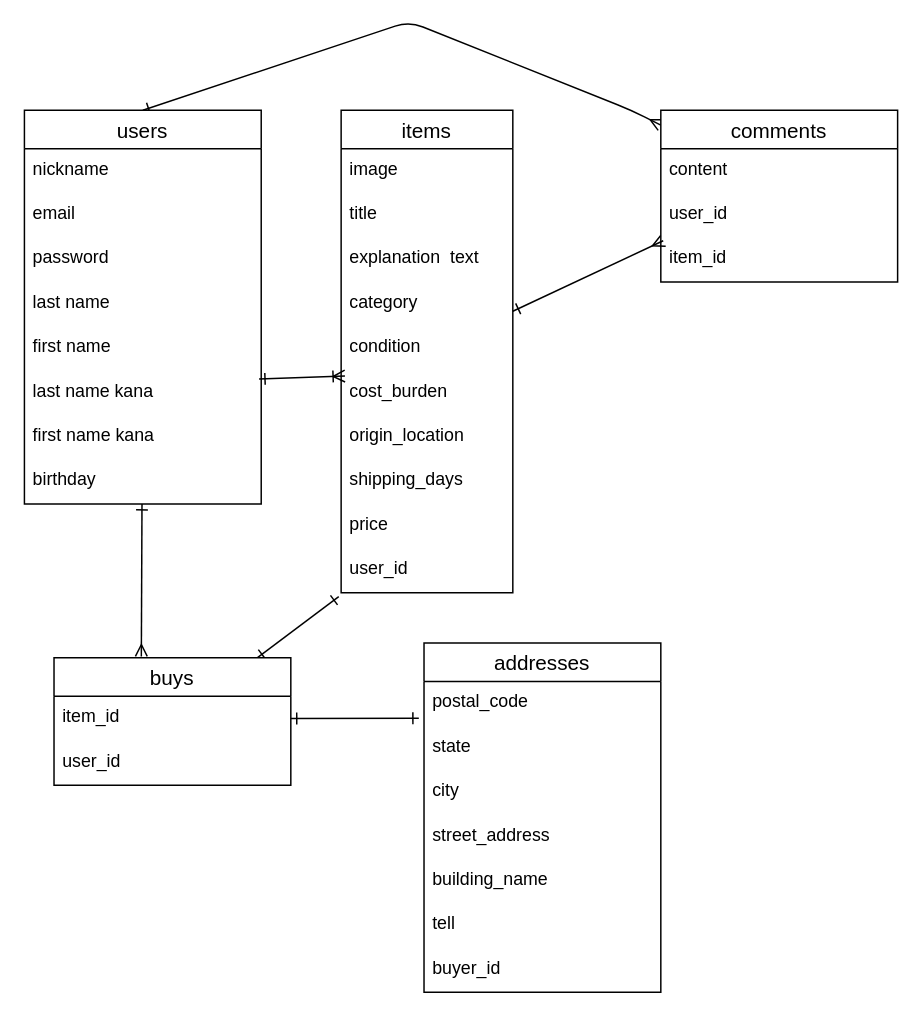
The draw.io diagram furima-3987.dio in 21shige/furima-39837, before the edit. Source tidied: cells renumbered, new cells numbered last; positions are measured from the earlier drawing's top-left corner, leaving out a move shared by most shapes. Both pictures are drawn from the tidied source at 148%, with x=0, y=0 at pixel (24, 21).
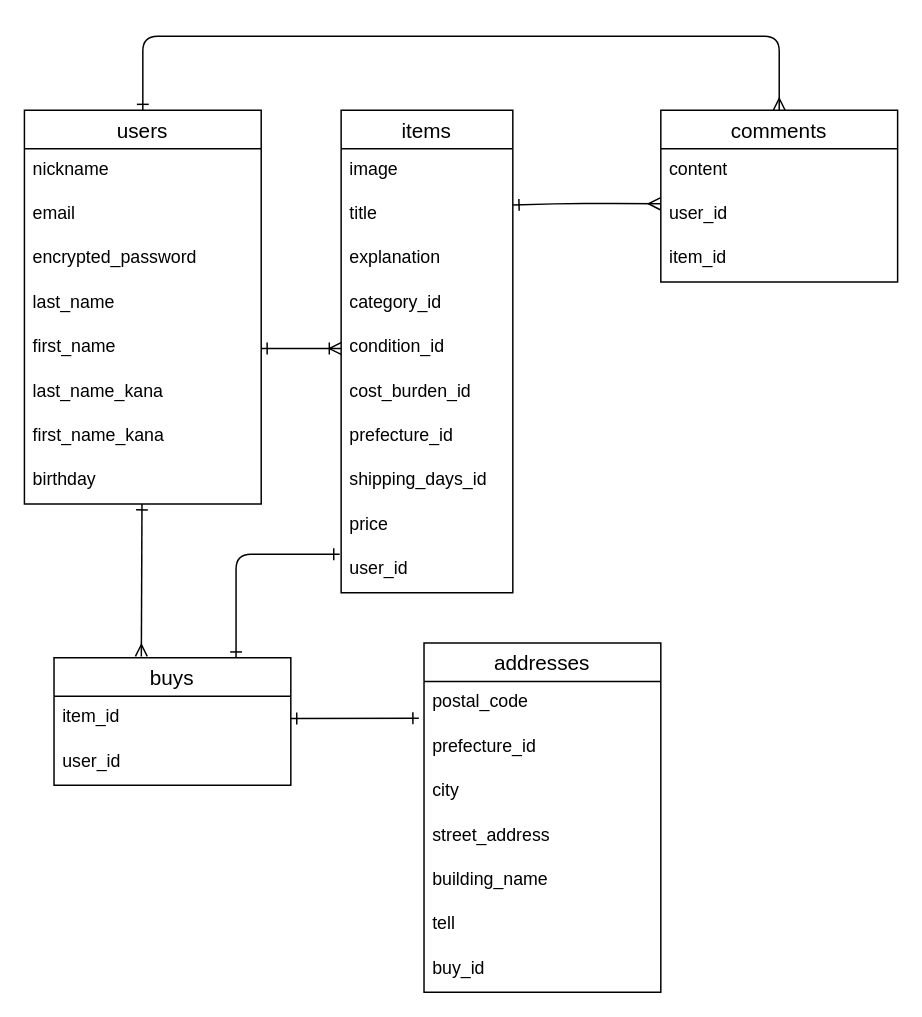
After the change.

Commit message (it also covers changes not shown here):
修正しました

The change refers to these unchanged cells:
```xml
<mxCell id="4" value="users" style="swimlane;fontStyle=0;horizontal=1;startSize=26;align=center;fontSize=14;" parent="1" vertex="1">
  <mxGeometry y="60" width="160" height="266" as="geometry" />
</mxCell>
<mxCell id="13" value="comments" style="swimlane;fontStyle=0;horizontal=1;startSize=26;align=center;fontSize=14;" parent="1" vertex="1">
  <mxGeometry x="430" y="60" width="160" height="116" as="geometry" />
</mxCell>
<mxCell id="16" value="item_id" style="text;strokeColor=none;fillColor=none;spacingLeft=4;spacingRight=4;overflow=hidden;points=[[0,0.5],[1,0.5]];portConstraint=eastwest;fontSize=12;" parent="13" vertex="1">
  <mxGeometry y="86" width="160" height="30" as="geometry" />
</mxCell>
<mxCell id="18" value="items" style="swimlane;fontStyle=0;horizontal=1;startSize=26;align=center;fontSize=14;" parent="1" vertex="1">
  <mxGeometry x="214" y="60" width="116" height="326" as="geometry" />
</mxCell>
<mxCell id="28" value="user_id" style="text;strokeColor=none;fillColor=none;spacingLeft=4;spacingRight=4;overflow=hidden;points=[[0,0.5],[1,0.5]];portConstraint=eastwest;fontSize=12;" parent="18" vertex="1">
  <mxGeometry y="296" width="116" height="30" as="geometry" />
</mxCell>
<mxCell id="30" value="buys" style="swimlane;fontStyle=0;horizontal=1;startSize=26;align=center;fontSize=14;" parent="1" vertex="1">
  <mxGeometry x="20" y="430" width="160" height="86" as="geometry" />
</mxCell>
<mxCell id="33" value="addresses" style="swimlane;fontStyle=0;horizontal=1;startSize=26;align=center;fontSize=14;" parent="1" vertex="1">
  <mxGeometry x="270" y="420" width="160" height="236" as="geometry" />
</mxCell>
```

Diff of the diagram source:
```diff
@@
-    <mxCell id="2" style="edgeStyle=none;html=1;startArrow=ERone;startFill=0;endArrow=ERmany;endFill=0;exitX=0.5;exitY=0;exitDx=0;exitDy=0;" parent="1" edge="1" source="4">
+    <mxCell id="2" style="edgeStyle=none;html=1;startArrow=ERone;startFill=0;endArrow=ERmany;endFill=0;exitX=0.5;exitY=0;exitDx=0;exitDy=0;entryX=0.5;entryY=0;entryDx=0;entryDy=0;" parent="1" edge="1" source="4" target="13">
       <mxGeometry relative="1" as="geometry">
-        <mxPoint x="430" y="70" as="targetPoint" />
         <Array as="points">
-          <mxPoint x="260" />
-          <mxPoint x="410" y="60" />
+          <mxPoint x="80" y="10" />
+          <mxPoint x="260" y="10" />
+          <mxPoint x="510" y="10" />
         </Array>
       </mxGeometry>
     </mxCell>
@@
-    <mxCell id="7" value="password&#10;" style="text;strokeColor=none;fillColor=none;spacingLeft=4;spacingRight=4;overflow=hidden;fontSize=12;" parent="4" vertex="1">
+    <mxCell id="7" value="encrypted_password" style="text;strokeColor=none;fillColor=none;spacingLeft=4;spacingRight=4;overflow=hidden;fontSize=12;" parent="4" vertex="1">
       <mxGeometry y="86" width="160" height="30" as="geometry" />
     </mxCell>
-    <mxCell id="8" value="last name" style="text;strokeColor=none;fillColor=none;spacingLeft=4;spacingRight=4;overflow=hidden;fontSize=12;" parent="4" vertex="1">
+    <mxCell id="8" value="last_name" style="text;strokeColor=none;fillColor=none;spacingLeft=4;spacingRight=4;overflow=hidden;fontSize=12;" parent="4" vertex="1">
       <mxGeometry y="116" width="160" height="30" as="geometry" />
     </mxCell>
-    <mxCell id="9" value="first name" style="text;strokeColor=none;fillColor=none;spacingLeft=4;spacingRight=4;overflow=hidden;points=[[0,0.5],[1,0.5]];portConstraint=eastwest;fontSize=12;" parent="4" vertex="1">
+    <mxCell id="9" value="first_name" style="text;strokeColor=none;fillColor=none;spacingLeft=4;spacingRight=4;overflow=hidden;points=[[0,0.5],[1,0.5]];portConstraint=eastwest;fontSize=12;" parent="4" vertex="1">
       <mxGeometry y="146" width="160" height="30" as="geometry" />
     </mxCell>
-    <mxCell id="10" value="last name kana" style="text;strokeColor=none;fillColor=none;spacingLeft=4;spacingRight=4;overflow=hidden;points=[[0,0.5],[1,0.5]];portConstraint=eastwest;fontSize=12;" parent="4" vertex="1">
+    <mxCell id="10" value="last_name_kana" style="text;strokeColor=none;fillColor=none;spacingLeft=4;spacingRight=4;overflow=hidden;points=[[0,0.5],[1,0.5]];portConstraint=eastwest;fontSize=12;" parent="4" vertex="1">
       <mxGeometry y="176" width="160" height="30" as="geometry" />
     </mxCell>
-    <mxCell id="11" value="first name kana" style="text;strokeColor=none;fillColor=none;spacingLeft=4;spacingRight=4;overflow=hidden;fontSize=12;" parent="4" vertex="1">
+    <mxCell id="11" value="first_name_kana" style="text;strokeColor=none;fillColor=none;spacingLeft=4;spacingRight=4;overflow=hidden;fontSize=12;" parent="4" vertex="1">
       <mxGeometry y="206" width="160" height="30" as="geometry" />
     </mxCell>
@@
-    <mxCell id="17" style="edgeStyle=none;html=1;entryX=0.01;entryY=0.073;entryDx=0;entryDy=0;entryPerimeter=0;endArrow=ERmany;endFill=0;startArrow=ERone;startFill=0;" parent="1" edge="1" source="18" target="16">
-      <mxGeometry relative="1" as="geometry" />
+    <mxCell id="17" style="edgeStyle=none;html=1;entryX=0.01;entryY=0.073;entryDx=0;entryDy=0;entryPerimeter=0;endArrow=ERmany;endFill=0;startArrow=ERone;startFill=0;exitX=1.019;exitY=1.1;exitDx=0;exitDy=0;exitPerimeter=0;" parent="1" edge="1">
+      <mxGeometry relative="1" as="geometry">
+        <mxPoint x="330.2" y="124" as="sourcePoint" />
+        <mxPoint x="429.6" y="123.2" as="targetPoint" />
+        <Array as="points">
+          <mxPoint x="368" y="123" />
+          <mxPoint x="388" y="123" />
+        </Array>
+      </mxGeometry>
     </mxCell>
@@
-    <mxCell id="21" value="explanation  text" style="text;strokeColor=none;fillColor=none;spacingLeft=4;spacingRight=4;overflow=hidden;fontSize=12;" parent="18" vertex="1">
+    <mxCell id="21" value="explanation " style="text;strokeColor=none;fillColor=none;spacingLeft=4;spacingRight=4;overflow=hidden;fontSize=12;" parent="18" vertex="1">
       <mxGeometry y="86" width="116" height="30" as="geometry" />
     </mxCell>
-    <mxCell id="22" value="category" style="text;strokeColor=none;fillColor=none;spacingLeft=4;spacingRight=4;overflow=hidden;fontSize=12;" parent="18" vertex="1">
+    <mxCell id="22" value="category_id" style="text;strokeColor=none;fillColor=none;spacingLeft=4;spacingRight=4;overflow=hidden;fontSize=12;" parent="18" vertex="1">
       <mxGeometry y="116" width="116" height="30" as="geometry" />
     </mxCell>
-    <mxCell id="23" value="condition" style="text;strokeColor=none;fillColor=none;spacingLeft=4;spacingRight=4;overflow=hidden;points=[[0,0.5],[1,0.5]];portConstraint=eastwest;fontSize=12;" parent="18" vertex="1">
+    <mxCell id="23" value="condition_id" style="text;strokeColor=none;fillColor=none;spacingLeft=4;spacingRight=4;overflow=hidden;points=[[0,0.5],[1,0.5]];portConstraint=eastwest;fontSize=12;" parent="18" vertex="1">
       <mxGeometry y="146" width="116" height="30" as="geometry" />
     </mxCell>
-    <mxCell id="24" value="cost_burden&#10;&#10;" style="text;strokeColor=none;fillColor=none;spacingLeft=4;spacingRight=4;overflow=hidden;fontSize=12;" parent="18" vertex="1">
+    <mxCell id="24" value="cost_burden_id&#10;" style="text;strokeColor=none;fillColor=none;spacingLeft=4;spacingRight=4;overflow=hidden;fontSize=12;" parent="18" vertex="1">
       <mxGeometry y="176" width="116" height="30" as="geometry" />
     </mxCell>
-    <mxCell id="25" value="origin_location&#10;&#10;" style="text;strokeColor=none;fillColor=none;spacingLeft=4;spacingRight=4;overflow=hidden;fontSize=12;" parent="18" vertex="1">
+    <mxCell id="25" value="prefecture_id" style="text;strokeColor=none;fillColor=none;spacingLeft=4;spacingRight=4;overflow=hidden;fontSize=12;" parent="18" vertex="1">
       <mxGeometry y="206" width="116" height="30" as="geometry" />
     </mxCell>
-    <mxCell id="26" value="shipping_days" style="text;strokeColor=none;fillColor=none;spacingLeft=4;spacingRight=4;overflow=hidden;fontSize=12;" parent="18" vertex="1">
+    <mxCell id="26" value="shipping_days_id" style="text;strokeColor=none;fillColor=none;spacingLeft=4;spacingRight=4;overflow=hidden;fontSize=12;" parent="18" vertex="1">
       <mxGeometry y="236" width="116" height="30" as="geometry" />
     </mxCell>
@@
-    <mxCell id="29" style="edgeStyle=none;html=1;entryX=-0.014;entryY=1.087;entryDx=0;entryDy=0;startArrow=ERone;startFill=0;endArrow=ERone;endFill=0;entryPerimeter=0;" parent="1" edge="1" source="30" target="28">
-      <mxGeometry relative="1" as="geometry" />
+    <mxCell id="29" style="edgeStyle=none;html=1;startArrow=ERone;startFill=0;endArrow=ERone;endFill=0;exitX=0.75;exitY=0;exitDx=0;exitDy=0;" parent="1" edge="1">
+      <mxGeometry relative="1" as="geometry">
+        <mxPoint x="143" y="430" as="sourcePoint" />
+        <mxPoint x="213" y="360" as="targetPoint" />
+        <Array as="points">
+          <mxPoint x="143" y="360" />
+          <mxPoint x="173" y="360" />
+        </Array>
+      </mxGeometry>
     </mxCell>
@@
-    <mxCell id="35" value="state" style="text;strokeColor=none;fillColor=none;spacingLeft=4;spacingRight=4;overflow=hidden;fontSize=12;" parent="33" vertex="1">
+    <mxCell id="35" value="prefecture_id" style="text;strokeColor=none;fillColor=none;spacingLeft=4;spacingRight=4;overflow=hidden;fontSize=12;" parent="33" vertex="1">
       <mxGeometry y="56" width="160" height="30" as="geometry" />
     </mxCell>
@@
-    <mxCell id="40" value="buyer_id" style="text;strokeColor=none;fillColor=none;spacingLeft=4;spacingRight=4;overflow=hidden;fontSize=12;" parent="33" vertex="1">
+    <mxCell id="40" value="buy_id" style="text;strokeColor=none;fillColor=none;spacingLeft=4;spacingRight=4;overflow=hidden;fontSize=12;" parent="33" vertex="1">
       <mxGeometry y="206" width="160" height="30" as="geometry" />
     </mxCell>
-    <mxCell id="41" style="fontSize=12;html=1;endArrow=ERoneToMany;entryX=0.022;entryY=1.12;entryDx=0;entryDy=0;entryPerimeter=0;startArrow=ERone;startFill=0;exitX=0.991;exitY=0.187;exitDx=0;exitDy=0;exitPerimeter=0;" parent="1" edge="1" source="10" target="23">
+    <mxCell id="41" style="fontSize=12;html=1;endArrow=ERoneToMany;entryX=0;entryY=0.5;entryDx=0;entryDy=0;startArrow=ERone;startFill=0;exitX=1;exitY=0.5;exitDx=0;exitDy=0;" parent="1" edge="1" source="9" target="23">
       <mxGeometry relative="1" as="geometry" />
     </mxCell>
```
